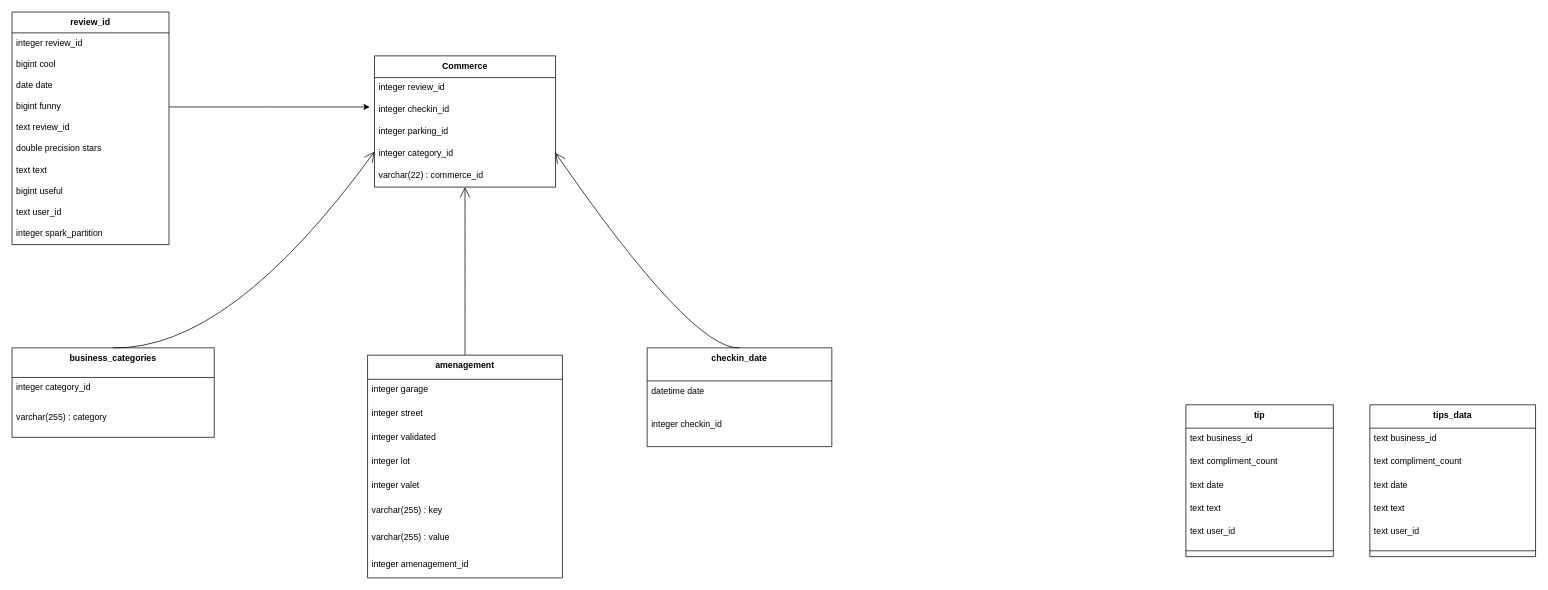
Earlier version of the draw.io diagram diagramme/Diagramme.drawio (Maxime-Cllt/Argon). Source tidied: cells renumbered, new cells numbered last; positions are measured from the earlier drawing's top-left corner, leaving out a move shared by most shapes. Both pictures are drawn from the tidied source at 73%, with x=0, y=0 at pixel (12, 12).
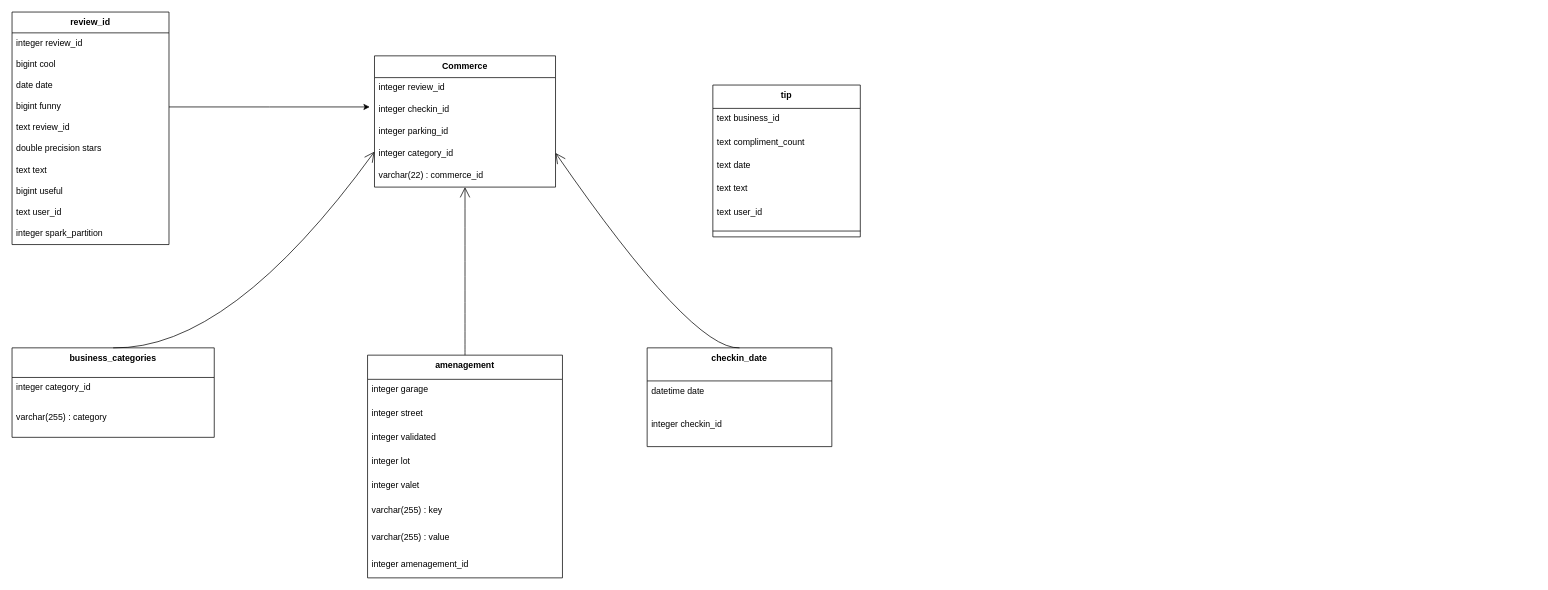
The same page after the edit.

Change to the diagram source:
```diff
@@
     <mxCell id="23" value="tip" style="swimlane;fontStyle=1;align=center;verticalAlign=top;horizontal=1;startSize=32;" parent="1" vertex="1">
-      <mxGeometry x="1608" y="538" width="202" height="208" as="geometry" />
+      <mxGeometry x="960" y="100" width="202" height="208" as="geometry" />
     </mxCell>
@@
-    <mxCell id="30" value="tips_data" style="swimlane;fontStyle=1;align=center;verticalAlign=top;horizontal=1;startSize=32;" parent="1" vertex="1">
-      <mxGeometry x="1860" y="538" width="227" height="208" as="geometry" />
-    </mxCell>
-    <mxCell id="31" value="text business_id" style="text;strokeColor=none;fillColor=none;align=left;verticalAlign=top;spacingLeft=4;spacingRight=4;overflow=hidden;" parent="30" vertex="1">
-      <mxGeometry y="32" width="227" height="32" as="geometry" />
-    </mxCell>
-    <mxCell id="32" value="text compliment_count" style="text;strokeColor=none;fillColor=none;align=left;verticalAlign=top;spacingLeft=4;spacingRight=4;overflow=hidden;" parent="30" vertex="1">
-      <mxGeometry y="64" width="227" height="32" as="geometry" />
-    </mxCell>
-    <mxCell id="33" value="text date" style="text;strokeColor=none;fillColor=none;align=left;verticalAlign=top;spacingLeft=4;spacingRight=4;overflow=hidden;" parent="30" vertex="1">
-      <mxGeometry y="96" width="227" height="32" as="geometry" />
-    </mxCell>
-    <mxCell id="34" value="text text" style="text;strokeColor=none;fillColor=none;align=left;verticalAlign=top;spacingLeft=4;spacingRight=4;overflow=hidden;" parent="30" vertex="1">
-      <mxGeometry y="128" width="227" height="32" as="geometry" />
-    </mxCell>
-    <mxCell id="35" value="text user_id" style="text;strokeColor=none;fillColor=none;align=left;verticalAlign=top;spacingLeft=4;spacingRight=4;overflow=hidden;" parent="30" vertex="1">
-      <mxGeometry y="160" width="227" height="32" as="geometry" />
-    </mxCell>
-    <mxCell id="36" style="line;strokeWidth=1;fillColor=none;align=left;verticalAlign=middle;spacingTop=-1;spacingLeft=3;spacingRight=3;labelPosition=right;strokeColor=inherit;" parent="30" vertex="1">
-      <mxGeometry y="192" width="227" height="16" as="geometry" />
-    </mxCell>
```
